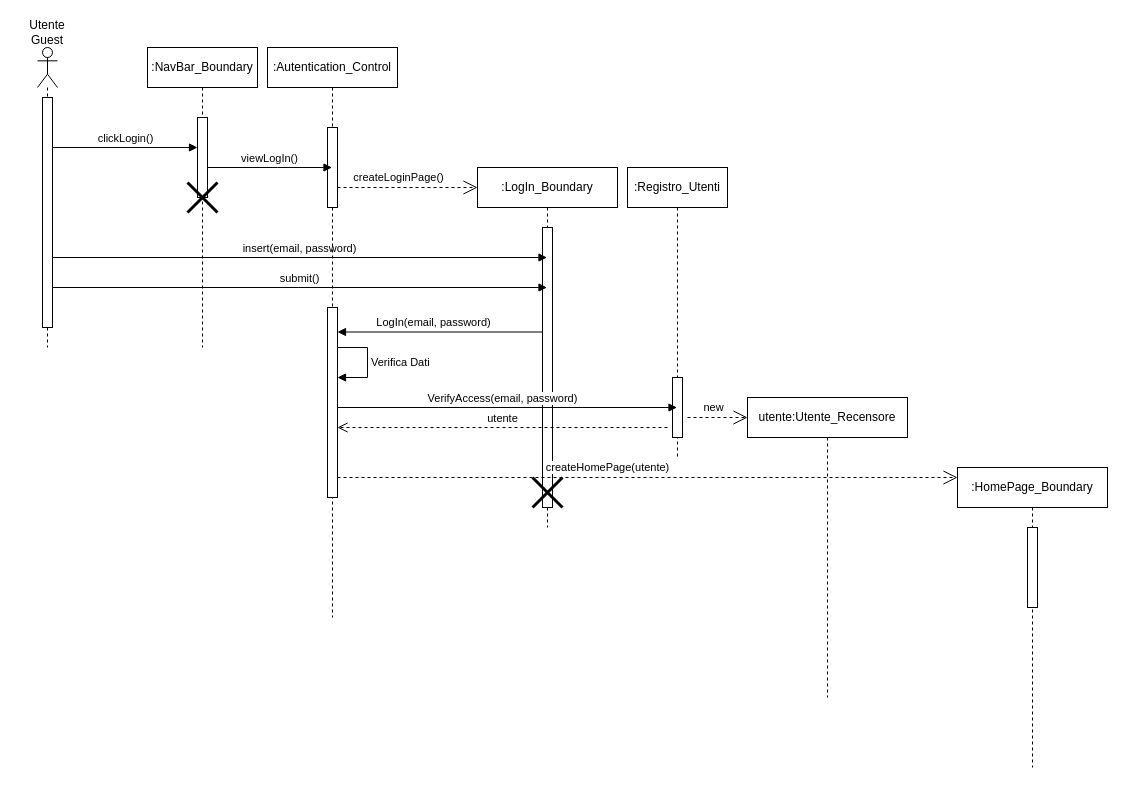
This is New Diagrams/Sequence Diagrams/UC08- LogIn.drawio from superfra01/Rated, a draw.io file, before an edit. Source tidied: cells renumbered, new cells numbered last; positions are measured from the earlier drawing's top-left corner, leaving out a move shared by most shapes. Both pictures are drawn from the tidied source at 100%, with x=0, y=0 at pixel (17, 17).
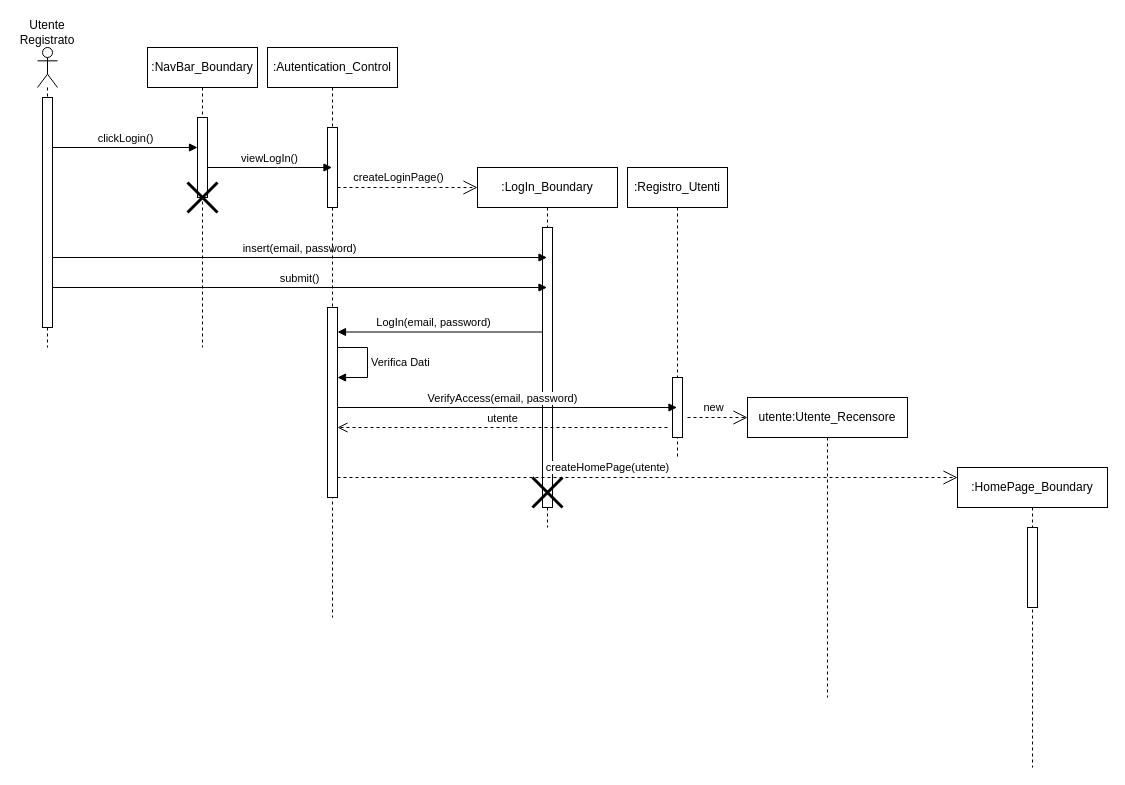
Above is the later version.

Diff of the diagram source:
```diff
@@
-    <mxCell id="7" value="Utente Guest" style="text;html=1;align=center;verticalAlign=middle;whiteSpace=wrap;rounded=0;" parent="1" vertex="1">
+    <mxCell id="7" value="Utente Registrato" style="text;html=1;align=center;verticalAlign=middle;whiteSpace=wrap;rounded=0;" parent="1" vertex="1">
       <mxGeometry width="60" height="30" as="geometry" />
     </mxCell>
```
